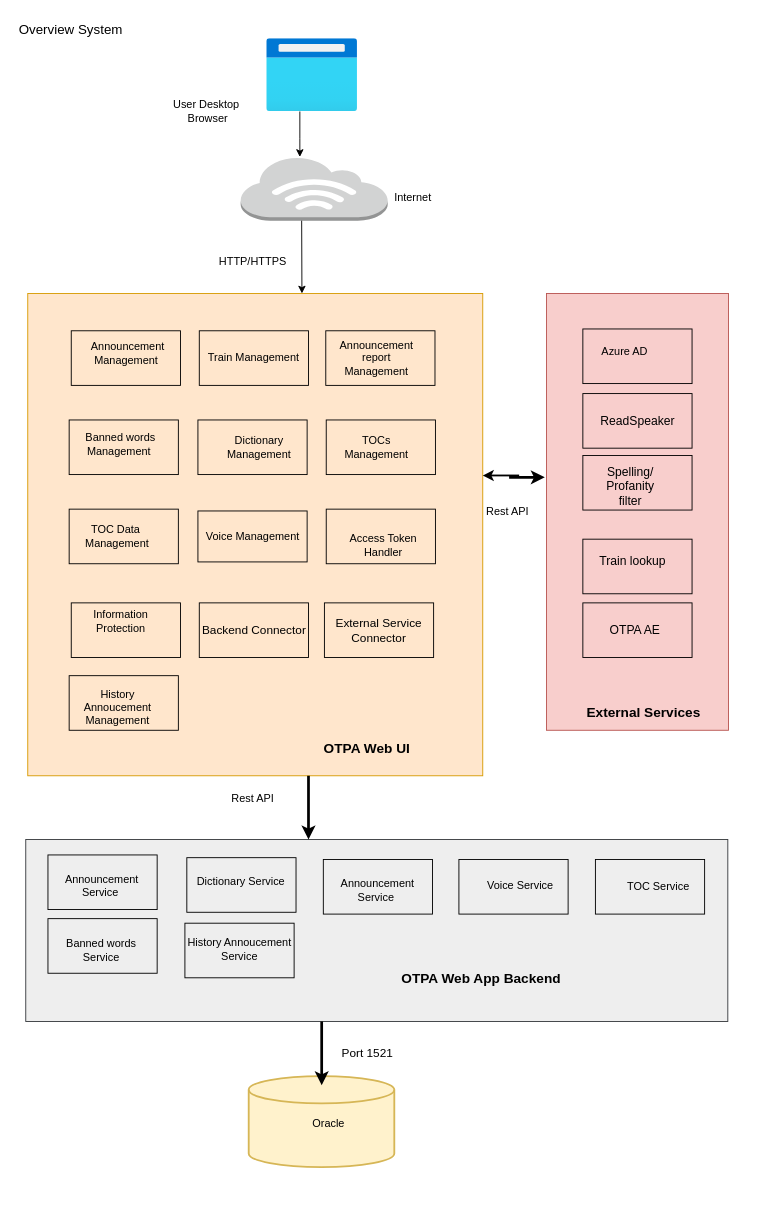
Above: Untitled Diagram.drawio in dieunguyen2003/deploycode (draw.io), before the change. Source tidied: cells renumbered, new cells numbered last; positions are measured from the earlier drawing's top-left corner, leaving out a move shared by most shapes. Both pictures are drawn from the tidied source at 91%, with x=0, y=0 at pixel (15, 15).
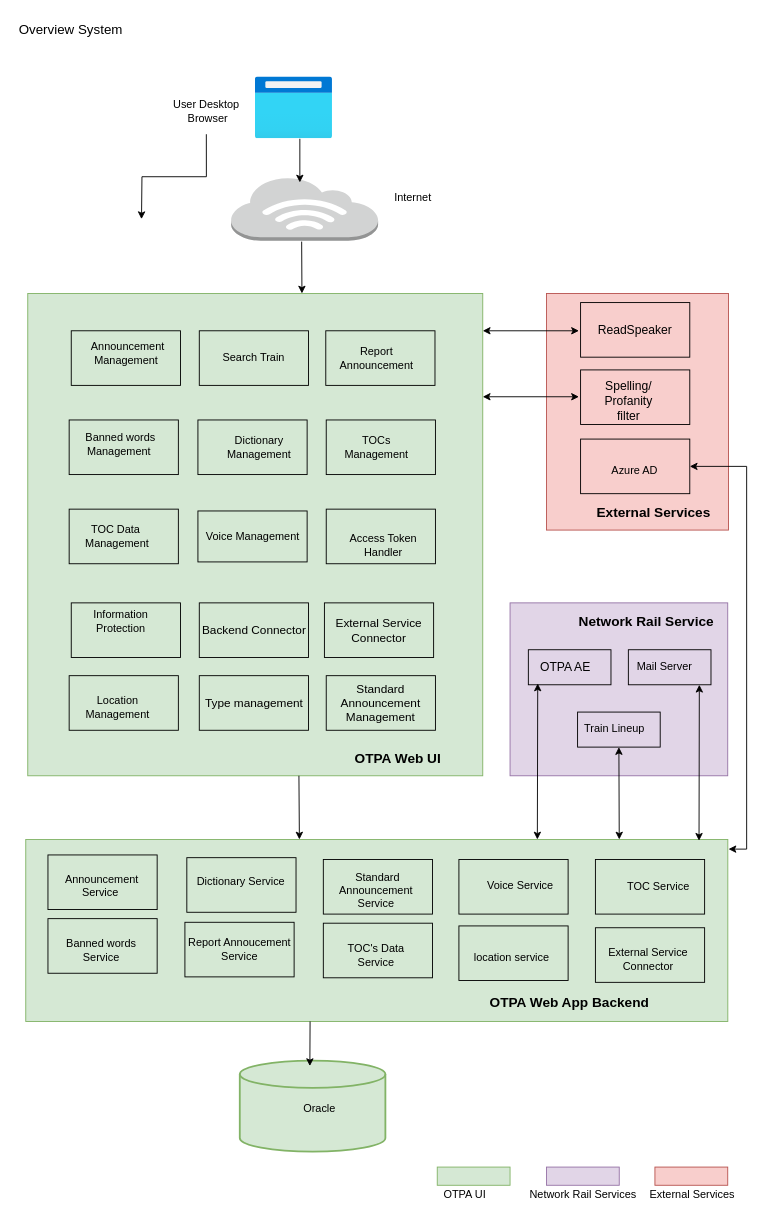
The same page after the edit.

The change refers to these unchanged cells:
```xml
<mxCell id="21" value="User Desktop&lt;br&gt;&amp;nbsp;Browser" style="text;html=1;strokeColor=none;fillColor=none;align=center;verticalAlign=middle;whiteSpace=wrap;rounded=0;" parent="1" vertex="1">
  <mxGeometry x="143" y="80" width="132.5" height="50" as="geometry" />
</mxCell>
```

Change to the diagram source:
```diff
@@
+    <mxCell id="74" style="rounded=0;whiteSpace=wrap;html=1;fontSize=13;fillColor=#e1d5e7;strokeColor=#9673a6;" parent="1" vertex="1">
+      <mxGeometry x="543" y="645" width="239.2" height="190" as="geometry" />
+    </mxCell>
-    <mxCell id="2" style="rounded=0;whiteSpace=wrap;html=1;fontSize=13;fillColor=#eeeeee;strokeColor=#36393d;" parent="1" vertex="1">
+    <mxCell id="2" style="rounded=0;whiteSpace=wrap;html=1;fontSize=13;fillColor=#d5e8d4;strokeColor=#82b366;" parent="1" vertex="1">
       <mxGeometry x="10.8" y="905" width="771.5" height="200" as="geometry" />
     </mxCell>
@@
-    <mxCell id="4" value="&lt;span lang=&quot;EN-GB&quot;&gt;&amp;nbsp;Announcement Service&lt;/span&gt;" style="text;html=1;strokeColor=none;fillColor=none;align=center;verticalAlign=middle;whiteSpace=wrap;rounded=0;" parent="1" vertex="1">
+    <mxCell id="4" value="&lt;span lang=&quot;EN-GB&quot;&gt;&amp;nbsp;Standard Announcement Service&lt;/span&gt;" style="text;html=1;strokeColor=none;fillColor=none;align=center;verticalAlign=middle;whiteSpace=wrap;rounded=0;" parent="1" vertex="1">
       <mxGeometry x="333.8" y="935" width="124" height="52" as="geometry" />
     </mxCell>
     <mxCell id="5" style="rounded=0;whiteSpace=wrap;html=1;fontSize=13;fillColor=#f8cecc;strokeColor=#b85450;" parent="1" vertex="1">
-      <mxGeometry x="583" y="305" width="200" height="480" as="geometry" />
+      <mxGeometry x="583" y="305" width="200" height="260" as="geometry" />
     </mxCell>
-    <mxCell id="6" style="rounded=0;whiteSpace=wrap;html=1;fontSize=13;fillColor=#ffe6cc;strokeColor=#d79b00;" parent="1" vertex="1">
+    <mxCell id="6" style="rounded=0;whiteSpace=wrap;html=1;fontSize=13;fillColor=#d5e8d4;strokeColor=#82b366;" parent="1" vertex="1">
       <mxGeometry x="13" y="305" width="500" height="530" as="geometry" />
     </mxCell>
     <mxCell id="7" style="rounded=0;whiteSpace=wrap;html=1;fontSize=13;fillColor=none;" parent="1" vertex="1">
-      <mxGeometry x="623" y="645" width="120" height="60" as="geometry" />
+      <mxGeometry x="563.1" y="696.5" width="90.8" height="38.5" as="geometry" />
     </mxCell>
-    <mxCell id="8" style="rounded=0;whiteSpace=wrap;html=1;fontSize=13;fillColor=none;" parent="1" vertex="1">
-      <mxGeometry x="623" y="575" width="120" height="60" as="geometry" />
-    </mxCell>
     <mxCell id="9" style="rounded=0;whiteSpace=wrap;html=1;fontSize=13;fillColor=none;" parent="1" vertex="1">
-      <mxGeometry x="623" y="483" width="120" height="60" as="geometry" />
+      <mxGeometry x="620.5" y="389" width="120" height="60" as="geometry" />
     </mxCell>
     <mxCell id="10" style="rounded=0;whiteSpace=wrap;html=1;fontSize=13;fillColor=none;" parent="1" vertex="1">
-      <mxGeometry x="623" y="415" width="120" height="60" as="geometry" />
+      <mxGeometry x="620.5" y="315" width="120" height="60" as="geometry" />
     </mxCell>
     <mxCell id="11" value="&lt;span style=&quot;font-size:10.0pt;font-family:&lt;br/&gt;&amp;quot;Arial&amp;quot;,sans-serif;mso-fareast-font-family:&amp;quot;Times New Roman&amp;quot;;mso-ansi-language:&lt;br/&gt;EN-GB;mso-fareast-language:EN-US;mso-bidi-language:AR-SA&quot; lang=&quot;EN-GB&quot;&gt;ReadSpeaker&lt;/span&gt;" style="text;html=1;strokeColor=none;fillColor=none;align=center;verticalAlign=middle;whiteSpace=wrap;rounded=0;" parent="1" vertex="1">
-      <mxGeometry x="630.5" y="420" width="105" height="50" as="geometry" />
+      <mxGeometry x="628" y="320" width="105" height="50" as="geometry" />
     </mxCell>
@@
+    <mxCell id="75" style="edgeStyle=orthogonalEdgeStyle;rounded=0;jettySize=auto;html=1;exitX=0.5;exitY=1;exitDx=0;exitDy=0;" parent="1" edge="1" source="21">
+      <mxGeometry relative="1" as="geometry">
+        <mxPoint x="138" y="223.3" as="targetPoint" />
+      </mxGeometry>
+    </mxCell>
@@
-    <mxCell id="23" value="&lt;span lang=&quot;EN-GB&quot;&gt;Announcement report Management&lt;/span&gt;" style="text;html=1;strokeColor=none;fillColor=none;align=center;verticalAlign=middle;whiteSpace=wrap;rounded=0;" parent="1" vertex="1">
+    <mxCell id="23" value="&lt;span lang=&quot;EN-GB&quot;&gt;Report Announcement&lt;/span&gt;" style="text;html=1;strokeColor=none;fillColor=none;align=center;verticalAlign=middle;whiteSpace=wrap;rounded=0;" parent="1" vertex="1">
       <mxGeometry x="344" y="351" width="105" height="50" as="geometry" />
     </mxCell>
@@
     <mxCell id="29" value="&lt;span style=&quot;font-size:10.0pt;font-family:&lt;br/&gt;&amp;quot;Arial&amp;quot;,sans-serif;mso-fareast-font-family:&amp;quot;Times New Roman&amp;quot;;mso-ansi-language:&lt;br/&gt;EN-GB;mso-fareast-language:EN-US;mso-bidi-language:AR-SA&quot; lang=&quot;EN-GB&quot;&gt;Spelling/ Profanity&lt;br/&gt;filter&lt;/span&gt;" style="text;html=1;strokeColor=none;fillColor=none;align=center;verticalAlign=middle;whiteSpace=wrap;rounded=0;" parent="1" vertex="1">
-      <mxGeometry x="623" y="492" width="105" height="50" as="geometry" />
+      <mxGeometry x="620.5" y="398" width="105" height="50" as="geometry" />
     </mxCell>
     <mxCell id="30" value="&lt;span style=&quot;font-size:10.0pt;font-family:&lt;br/&gt;&amp;quot;Arial&amp;quot;,sans-serif;mso-fareast-font-family:&amp;quot;Times New Roman&amp;quot;;mso-ansi-language:&lt;br/&gt;EN-GB;mso-fareast-language:EN-US;mso-bidi-language:AR-SA&quot; lang=&quot;EN-GB&quot;&gt;OTPA AE&lt;/span&gt;" style="text;html=1;strokeColor=none;fillColor=none;align=center;verticalAlign=middle;whiteSpace=wrap;rounded=0;" parent="1" vertex="1">
-      <mxGeometry x="628" y="650" width="105" height="50" as="geometry" />
+      <mxGeometry x="564.6" y="704.5" width="77.9" height="20.5" as="geometry" />
     </mxCell>
-    <mxCell id="31" value="&lt;span style=&quot;font-size:10.0pt;font-family:&lt;br/&gt;&amp;quot;Arial&amp;quot;,sans-serif;mso-fareast-font-family:&amp;quot;Times New Roman&amp;quot;;mso-ansi-language:&lt;br/&gt;EN-GB;mso-fareast-language:EN-US;mso-bidi-language:AR-SA&quot; lang=&quot;EN-GB&quot;&gt;Train lookup&lt;/span&gt;" style="text;html=1;strokeColor=none;fillColor=none;align=center;verticalAlign=middle;whiteSpace=wrap;rounded=0;" parent="1" vertex="1">
-      <mxGeometry x="623" y="575" width="110" height="48.5" as="geometry" />
-    </mxCell>
     <mxCell id="32" value="&amp;nbsp;Azure AD" style="text;html=1;strokeColor=none;fillColor=none;align=center;verticalAlign=middle;whiteSpace=wrap;rounded=0;" parent="1" vertex="1">
-      <mxGeometry x="615.1" y="344" width="105" height="50" as="geometry" />
+      <mxGeometry x="625.5" y="475" width="105" height="50" as="geometry" />
     </mxCell>
-    <mxCell id="33" style="shape=cylinder3;whiteSpace=wrap;html=1;boundedLbl=1;backgroundOutline=1;size=15;strokeWidth=2;fillColor=#fff2cc;strokeColor=#d6b656;" parent="1" vertex="1">
-      <mxGeometry x="255.8" y="1165" width="160" height="100" as="geometry" />
+    <mxCell id="33" style="shape=cylinder3;whiteSpace=wrap;html=1;boundedLbl=1;backgroundOutline=1;size=15;strokeWidth=2;fillColor=#d5e8d4;strokeColor=#82b366;" parent="1" vertex="1">
+      <mxGeometry x="246" y="1148" width="160" height="100" as="geometry" />
     </mxCell>
     <mxCell id="34" value="&lt;br&gt;Oracle&amp;nbsp;" style="text;html=1;strokeColor=none;fillColor=none;align=center;verticalAlign=middle;whiteSpace=wrap;rounded=0;" parent="1" vertex="1">
-      <mxGeometry x="293" y="1185" width="105" height="50" as="geometry" />
+      <mxGeometry x="283.2" y="1168" width="105" height="50" as="geometry" />
     </mxCell>
-    <mxCell id="35" value="&lt;span lang=&quot;EN-GB&quot;&gt;Train Management&lt;/span&gt;" style="text;html=1;strokeColor=none;fillColor=none;align=center;verticalAlign=middle;whiteSpace=wrap;rounded=0;" parent="1" vertex="1">
+    <mxCell id="35" value="&lt;span lang=&quot;EN-GB&quot;&gt;Search Train&lt;/span&gt;" style="text;html=1;strokeColor=none;fillColor=none;align=center;verticalAlign=middle;whiteSpace=wrap;rounded=0;" parent="1" vertex="1">
       <mxGeometry x="209" y="351" width="105" height="50" as="geometry" />
     </mxCell>
-    <mxCell id="36" style="edgeStyle=orthogonalEdgeStyle;rounded=0;orthogonalLoop=1;jettySize=auto;html=1;exitX=0.5;exitY=1;exitDx=0;exitDy=0;fontSize=13;" parent="1" edge="1" source="31" target="31">
-      <mxGeometry relative="1" as="geometry" />
+    <mxCell id="36" style="edgeStyle=orthogonalEdgeStyle;rounded=0;orthogonalLoop=1;jettySize=auto;html=1;exitX=0.5;exitY=1;exitDx=0;exitDy=0;fontSize=13;" parent="1" edge="1">
+      <mxGeometry relative="1" as="geometry">
+        <mxPoint x="678" y="715" as="sourcePoint" />
+        <mxPoint x="678" y="715" as="targetPoint" />
+      </mxGeometry>
     </mxCell>
     <mxCell id="37" value="&lt;span lang=&quot;EN-GB&quot;&gt;&lt;b&gt;&lt;font style=&quot;font-size: 15px;&quot;&gt;OTPA Web UI&lt;/font&gt;&lt;/b&gt;&lt;/span&gt;" style="text;html=1;strokeColor=none;fillColor=none;align=center;verticalAlign=middle;whiteSpace=wrap;rounded=0;" parent="1" vertex="1">
-      <mxGeometry x="311" y="785" width="150" height="40" as="geometry" />
+      <mxGeometry x="345.2" y="795" width="150" height="40" as="geometry" />
     </mxCell>
@@
     <mxCell id="42" value="&lt;span lang=&quot;EN-GB&quot;&gt;&lt;b&gt;&lt;font style=&quot;font-size: 15px;&quot;&gt;OTPA Web App Backend&lt;/font&gt;&lt;/b&gt;&lt;/span&gt;" style="text;html=1;strokeColor=none;fillColor=none;align=center;verticalAlign=middle;whiteSpace=wrap;rounded=0;" parent="1" vertex="1">
-      <mxGeometry x="415.8" y="1035" width="191" height="43" as="geometry" />
+      <mxGeometry x="513" y="1062" width="191" height="43" as="geometry" />
     </mxCell>
@@
     <mxCell id="52" style="rounded=0;whiteSpace=wrap;html=1;fontSize=13;fillColor=none;" parent="1" vertex="1">
-      <mxGeometry x="623" y="344" width="120" height="60" as="geometry" />
+      <mxGeometry x="620.5" y="465" width="120" height="60" as="geometry" />
     </mxCell>
     <mxCell id="53" value="&lt;span lang=&quot;EN-GB&quot;&gt;&lt;b&gt;&lt;font style=&quot;font-size: 15px;&quot;&gt;External Services&lt;/font&gt;&lt;/b&gt;&lt;/span&gt;" style="text;html=1;strokeColor=none;fillColor=none;align=center;verticalAlign=middle;whiteSpace=wrap;rounded=0;" parent="1" vertex="1">
-      <mxGeometry x="615.1" y="745" width="150" height="40" as="geometry" />
+      <mxGeometry x="625.5" y="525" width="150" height="40" as="geometry" />
     </mxCell>
     <mxCell id="54" style="html=1;align=center;image;fontSize=12;image=img/lib/azure2/general/Browser.svg;fillColor=none;" parent="1" vertex="1">
-      <mxGeometry x="275.5" y="25" width="100" height="80" as="geometry" />
+      <mxGeometry x="263" y="67" width="85" height="68" as="geometry" />
     </mxCell>
     <mxCell id="55" style="dashed=0;verticalLabelPosition=bottom;verticalAlign=top;align=center;html=1;shape=mxgraph.aws3.internet_3;fillColor=#D2D3D3;gradientColor=none;fontSize=13;" parent="1" vertex="1">
-      <mxGeometry x="247" y="155" width="161.5" height="70" as="geometry" />
+      <mxGeometry x="236.5" y="177" width="161.5" height="70" as="geometry" />
     </mxCell>
@@
     <mxCell id="59" style="endArrow=classic;html=1;rounded=0;fontSize=13;" parent="1" edge="1">
       <mxGeometry relative="1" as="geometry">
-        <mxPoint x="312" y="105" as="sourcePoint" />
-        <mxPoint x="312" y="155" as="targetPoint" />
+        <mxPoint x="312" y="135" as="sourcePoint" />
+        <mxPoint x="312" y="183" as="targetPoint" />
         <Array as="points">
           <mxPoint x="312" y="135" />
         </Array>
       </mxGeometry>
     </mxCell>
     <mxCell id="60" style="endArrow=classic;html=1;rounded=0;fontSize=13;" parent="1" edge="1">
       <mxGeometry relative="1" as="geometry">
-        <mxPoint x="314" y="225" as="sourcePoint" />
+        <mxPoint x="314" y="248" as="sourcePoint" />
         <mxPoint x="314.3" y="305" as="targetPoint" />
         <Array as="points">
           <mxPoint x="314.3" y="305" />
         </Array>
       </mxGeometry>
     </mxCell>
-    <mxCell id="61" value="HTTP/HTTPS" style="text;html=1;strokeColor=none;fillColor=none;align=center;verticalAlign=middle;whiteSpace=wrap;rounded=0;" parent="1" vertex="1">
-      <mxGeometry x="193.8" y="245" width="132.5" height="50" as="geometry" />
-    </mxCell>
-    <mxCell id="62" style="endArrow=classic;html=1;rounded=0;fontSize=13;entryX=-0.009;entryY=0.421;entryDx=0;entryDy=0;entryPerimeter=0;strokeWidth=3;" parent="1" edge="1" target="5">
-      <mxGeometry relative="1" as="geometry">
-        <mxPoint x="542" y="507" as="sourcePoint" />
-      </mxGeometry>
-    </mxCell>
-    <mxCell id="63" style="endArrow=classic;html=1;rounded=0;fontSize=13;strokeWidth=3;" parent="1" edge="1">
-      <mxGeometry relative="1" as="geometry">
-        <mxPoint x="336" y="1105" as="sourcePoint" />
-        <mxPoint x="336" y="1175" as="targetPoint" />
-        <Array as="points">
-          <mxPoint x="336" y="1135" />
-        </Array>
-      </mxGeometry>
-    </mxCell>
-    <mxCell id="64" value="Rest API" style="text;html=1;strokeColor=none;fillColor=none;align=center;verticalAlign=middle;whiteSpace=wrap;rounded=0;" parent="1" vertex="1">
-      <mxGeometry x="193.8" y="835" width="132.5" height="50" as="geometry" />
-    </mxCell>
-    <mxCell id="65" value="&lt;span lang=&quot;EN-GB&quot;&gt;History Annoucement Service&lt;/span&gt;" style="text;html=1;strokeColor=none;fillColor=none;align=center;verticalAlign=middle;whiteSpace=wrap;rounded=0;" parent="1" vertex="1">
+    <mxCell id="65" value="&lt;span lang=&quot;EN-GB&quot;&gt;Report Annoucement Service&lt;/span&gt;" style="text;html=1;strokeColor=none;fillColor=none;align=center;verticalAlign=middle;whiteSpace=wrap;rounded=0;" parent="1" vertex="1">
       <mxGeometry x="183.8" y="1000" width="124" height="52" as="geometry" />
     </mxCell>
     <mxCell id="66" style="rounded=0;whiteSpace=wrap;html=1;fontSize=13;fillColor=none;" parent="1" vertex="1">
-      <mxGeometry x="185.7" y="997" width="120" height="60" as="geometry" />
+      <mxGeometry x="185.7" y="996" width="120" height="60" as="geometry" />
     </mxCell>
@@
-    <mxCell id="68" value="History Annoucement Management" style="text;html=1;strokeColor=none;fillColor=none;align=center;verticalAlign=middle;whiteSpace=wrap;rounded=0;" parent="1" vertex="1">
+    <mxCell id="68" value="Location Management" style="text;html=1;strokeColor=none;fillColor=none;align=center;verticalAlign=middle;whiteSpace=wrap;rounded=0;" parent="1" vertex="1">
       <mxGeometry x="60.8" y="735" width="102.2" height="50" as="geometry" />
     </mxCell>
@@
-    <mxCell id="70" style="endArrow=classic;html=1;rounded=0;fontSize=13;strokeWidth=3;" parent="1" edge="1">
-      <mxGeometry relative="1" as="geometry">
-        <mxPoint x="321.5" y="835" as="sourcePoint" />
-        <mxPoint x="321.5" y="905" as="targetPoint" />
-        <Array as="points">
-          <mxPoint x="321.5" y="865" />
-        </Array>
-      </mxGeometry>
-    </mxCell>
-    <mxCell id="71" value="Port 1521" style="text;html=1;align=center;verticalAlign=middle;strokeColor=none;fillColor=none;fontSize=13;" parent="1" vertex="1">
-      <mxGeometry x="346" y="1125" width="80" height="30" as="geometry" />
-    </mxCell>
-    <mxCell id="72" style="endArrow=classic;html=1;rounded=0;fontSize=13;strokeWidth=2;" parent="1" edge="1">
-      <mxGeometry relative="1" as="geometry">
-        <mxPoint x="553" y="505" as="sourcePoint" />
-        <mxPoint x="513" y="505" as="targetPoint" />
-      </mxGeometry>
-    </mxCell>
-    <mxCell id="73" value="Rest API" style="text;html=1;strokeColor=none;fillColor=none;align=center;verticalAlign=middle;whiteSpace=wrap;rounded=0;" parent="1" vertex="1">
-      <mxGeometry x="474.3" y="520" width="132.5" height="50" as="geometry" />
-    </mxCell>
+    <mxCell id="76" value="Type management" style="rounded=0;whiteSpace=wrap;html=1;fontSize=13;fillColor=none;" parent="1" vertex="1">
+      <mxGeometry x="201.5" y="725" width="120" height="60" as="geometry" />
+    </mxCell>
+    <mxCell id="77" value="Standard Announcement Management" style="rounded=0;whiteSpace=wrap;html=1;fontSize=13;fillColor=none;" parent="1" vertex="1">
+      <mxGeometry x="341" y="725" width="120" height="60" as="geometry" />
+    </mxCell>
+    <mxCell id="78" value="&lt;span lang=&quot;EN-GB&quot;&gt;&lt;b&gt;&lt;font style=&quot;font-size: 15px;&quot;&gt;Network Rail Service&lt;/font&gt;&lt;/b&gt;&lt;/span&gt;" style="text;html=1;strokeColor=none;fillColor=none;align=center;verticalAlign=middle;whiteSpace=wrap;rounded=0;" parent="1" vertex="1">
+      <mxGeometry x="596.3" y="645" width="193.8" height="40" as="geometry" />
+    </mxCell>
+    <mxCell id="79" style="endArrow=classic;html=1;rounded=0;exitX=0.405;exitY=1;exitDx=0;exitDy=0;exitPerimeter=0;" parent="1" edge="1" source="2">
+      <mxGeometry relative="1" as="geometry">
+        <mxPoint x="323" y="1154" as="targetPoint" />
+      </mxGeometry>
+    </mxCell>
+    <mxCell id="80" style="endArrow=classic;html=1;rounded=0;entryX=0.424;entryY=0.02;entryDx=0;entryDy=0;entryPerimeter=0;" parent="1" edge="1">
+      <mxGeometry relative="1" as="geometry">
+        <mxPoint x="311" y="835" as="sourcePoint" />
+        <mxPoint x="311.5" y="905" as="targetPoint" />
+      </mxGeometry>
+    </mxCell>
+    <mxCell id="81" style="endArrow=classic;startArrow=classic;html=1;rounded=0;entryX=0.5;entryY=1;entryDx=0;entryDy=0;" parent="1" edge="1" target="90">
+      <mxGeometry relative="1" as="geometry">
+        <mxPoint x="663" y="905" as="sourcePoint" />
+      </mxGeometry>
+    </mxCell>
+    <mxCell id="82" style="rounded=0;whiteSpace=wrap;html=1;fontSize=13;fillColor=none;" parent="1" vertex="1">
+      <mxGeometry x="337.8" y="997" width="120" height="60" as="geometry" />
+    </mxCell>
+    <mxCell id="83" value="&lt;span lang=&quot;EN-GB&quot;&gt;TOC's Data Service&lt;/span&gt;" style="text;html=1;strokeColor=none;fillColor=none;align=center;verticalAlign=middle;whiteSpace=wrap;rounded=0;" parent="1" vertex="1">
+      <mxGeometry x="345.2" y="1007" width="102" height="50" as="geometry" />
+    </mxCell>
+    <mxCell id="84" style="rounded=0;whiteSpace=wrap;html=1;fontSize=13;fillColor=none;" parent="1" vertex="1">
+      <mxGeometry x="486.8" y="1000" width="120" height="60" as="geometry" />
+    </mxCell>
+    <mxCell id="85" value="&lt;span lang=&quot;EN-GB&quot;&gt;location service&lt;/span&gt;" style="text;html=1;strokeColor=none;fillColor=none;align=center;verticalAlign=middle;whiteSpace=wrap;rounded=0;" parent="1" vertex="1">
+      <mxGeometry x="494.3" y="1010" width="102" height="50" as="geometry" />
+    </mxCell>
+    <mxCell id="86" style="rounded=0;whiteSpace=wrap;html=1;fontSize=13;fillColor=none;" parent="1" vertex="1">
+      <mxGeometry x="636.8" y="1002" width="120" height="60" as="geometry" />
+    </mxCell>
+    <mxCell id="87" value="&lt;span lang=&quot;EN-GB&quot;&gt;External Service Connector&lt;/span&gt;" style="text;html=1;strokeColor=none;fillColor=none;align=center;verticalAlign=middle;whiteSpace=wrap;rounded=0;" parent="1" vertex="1">
+      <mxGeometry x="644.3" y="1012" width="102" height="50" as="geometry" />
+    </mxCell>
+    <mxCell id="88" style="rounded=0;whiteSpace=wrap;html=1;fontSize=13;fillColor=none;" parent="1" vertex="1">
+      <mxGeometry x="673" y="696.5" width="90.8" height="38.5" as="geometry" />
+    </mxCell>
+    <mxCell id="89" value="&lt;span lang=&quot;EN-GB&quot;&gt;Mail Server&lt;/span&gt;" style="text;html=1;strokeColor=none;fillColor=none;align=center;verticalAlign=middle;whiteSpace=wrap;rounded=0;" parent="1" vertex="1">
+      <mxGeometry x="674.4" y="704.5" width="77.9" height="20.5" as="geometry" />
+    </mxCell>
+    <mxCell id="90" style="rounded=0;whiteSpace=wrap;html=1;fontSize=13;fillColor=none;" parent="1" vertex="1">
+      <mxGeometry x="617.2" y="765" width="90.8" height="38.5" as="geometry" />
+    </mxCell>
+    <mxCell id="91" value="&lt;span lang=&quot;EN-GB&quot;&gt;Train Lineup&lt;/span&gt;" style="text;html=1;strokeColor=none;fillColor=none;align=center;verticalAlign=middle;whiteSpace=wrap;rounded=0;" parent="1" vertex="1">
+      <mxGeometry x="618.7" y="773" width="77.9" height="20.5" as="geometry" />
+    </mxCell>
+    <mxCell id="92" style="endArrow=classic;startArrow=classic;html=1;rounded=0;exitX=0.959;exitY=0.007;exitDx=0;exitDy=0;exitPerimeter=0;" parent="1" edge="1" source="2">
+      <mxGeometry relative="1" as="geometry">
+        <mxPoint x="751" y="735" as="targetPoint" />
+      </mxGeometry>
+    </mxCell>
+    <mxCell id="93" style="endArrow=classic;startArrow=classic;html=1;rounded=0;exitX=0.959;exitY=0.007;exitDx=0;exitDy=0;exitPerimeter=0;" parent="1" edge="1">
+      <mxGeometry relative="1" as="geometry">
+        <mxPoint x="573" y="905" as="sourcePoint" />
+        <mxPoint x="573.4" y="733.6" as="targetPoint" />
+      </mxGeometry>
+    </mxCell>
+    <mxCell id="94" style="edgeStyle=elbowEdgeStyle;rounded=0;elbow=vertical;html=1;labelBackgroundColor=#ffffff;startArrow=classic;startFill=1;startSize=6;endArrow=classic;endFill=1;endSize=6;jettySize=auto;strokeWidth=1;fontSize=14;entryX=1.001;entryY=0.053;entryDx=0;entryDy=0;entryPerimeter=0;" parent="1" edge="1" source="52" target="2">
+      <mxGeometry relative="1" as="geometry">
+        <Array as="points">
+          <mxPoint x="803" y="705" />
+        </Array>
+      </mxGeometry>
+    </mxCell>
+    <mxCell id="95" style="html=1;labelBackgroundColor=#ffffff;startArrow=classic;startFill=1;startSize=6;endArrow=classic;endFill=1;endSize=6;jettySize=auto;orthogonalLoop=1;strokeWidth=1;fontSize=14;rounded=0;" parent="1" edge="1">
+      <mxGeometry relative="1" as="geometry">
+        <mxPoint x="513" y="346" as="sourcePoint" />
+        <mxPoint x="618.7" y="346" as="targetPoint" />
+      </mxGeometry>
+    </mxCell>
+    <mxCell id="96" style="html=1;labelBackgroundColor=#ffffff;startArrow=classic;startFill=1;startSize=6;endArrow=classic;endFill=1;endSize=6;jettySize=auto;orthogonalLoop=1;strokeWidth=1;fontSize=14;rounded=0;" parent="1" edge="1">
+      <mxGeometry relative="1" as="geometry">
+        <mxPoint x="513" y="418.5" as="sourcePoint" />
+        <mxPoint x="618.7" y="418.5" as="targetPoint" />
+      </mxGeometry>
+    </mxCell>
+    <mxCell id="97" style="rounded=0;whiteSpace=wrap;html=1;fillColor=#d5e8d4;strokeColor=#82b366;" parent="1" vertex="1">
+      <mxGeometry x="463" y="1265" width="80" height="20" as="geometry" />
+    </mxCell>
+    <mxCell id="98" value="OTPA UI" style="text;html=1;align=center;verticalAlign=middle;strokeColor=none;fillColor=none;" parent="1" vertex="1">
+      <mxGeometry x="458" y="1280" width="70" height="30" as="geometry" />
+    </mxCell>
+    <mxCell id="99" style="rounded=0;whiteSpace=wrap;html=1;fillColor=#e1d5e7;strokeColor=#9673a6;" parent="1" vertex="1">
+      <mxGeometry x="583" y="1265" width="80" height="20" as="geometry" />
+    </mxCell>
+    <mxCell id="100" value="Network Rail Services" style="text;html=1;align=center;verticalAlign=middle;strokeColor=none;fillColor=none;" parent="1" vertex="1">
+      <mxGeometry x="553" y="1280" width="140" height="30" as="geometry" />
+    </mxCell>
+    <mxCell id="101" style="rounded=0;whiteSpace=wrap;html=1;fillColor=#f8cecc;strokeColor=#b85450;" parent="1" vertex="1">
+      <mxGeometry x="702.2" y="1265" width="80" height="20" as="geometry" />
+    </mxCell>
+    <mxCell id="102" value="External Services" style="text;html=1;align=center;verticalAlign=middle;strokeColor=none;fillColor=none;" parent="1" vertex="1">
+      <mxGeometry x="683" y="1280" width="120" height="30" as="geometry" />
+    </mxCell>
```
